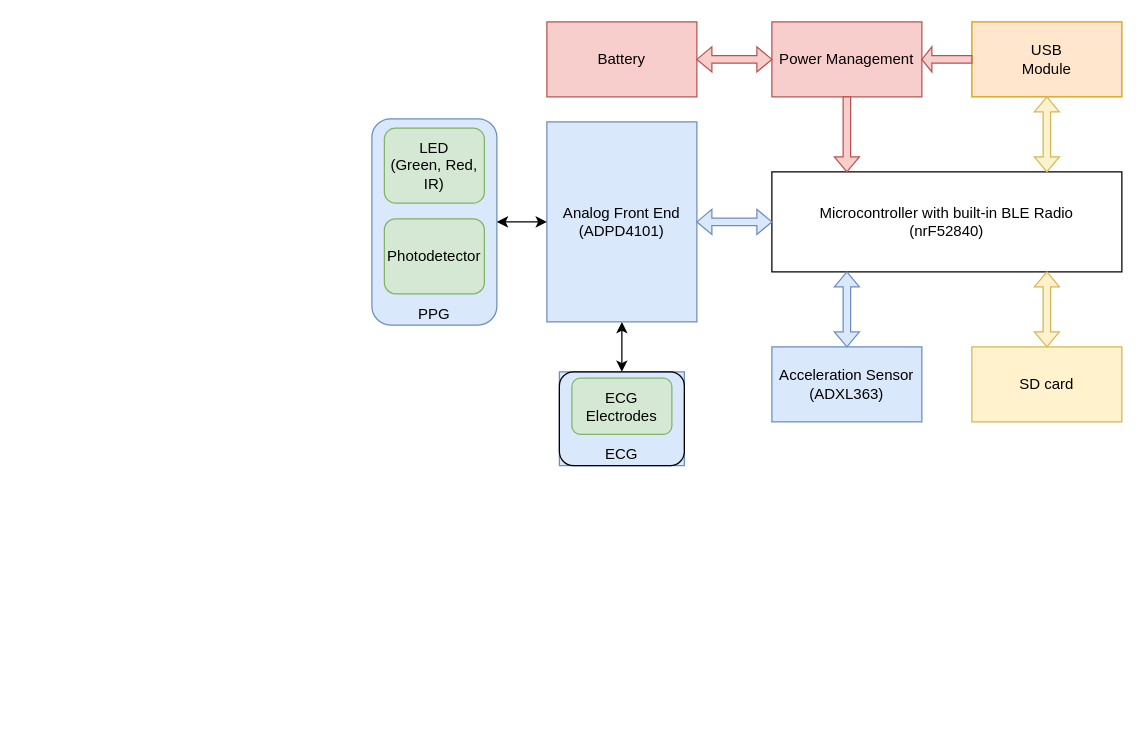
The draw.io diagram PhotonWear_Diagram.drawio in marsukhongduoi/drawio_files, before the edit. Source tidied: cells renumbered, new cells numbered last; positions are measured from the earlier drawing's top-left corner, leaving out a move shared by most shapes. Both pictures are drawn from the tidied source at 125%, with x=0, y=0 at pixel (371, 21).
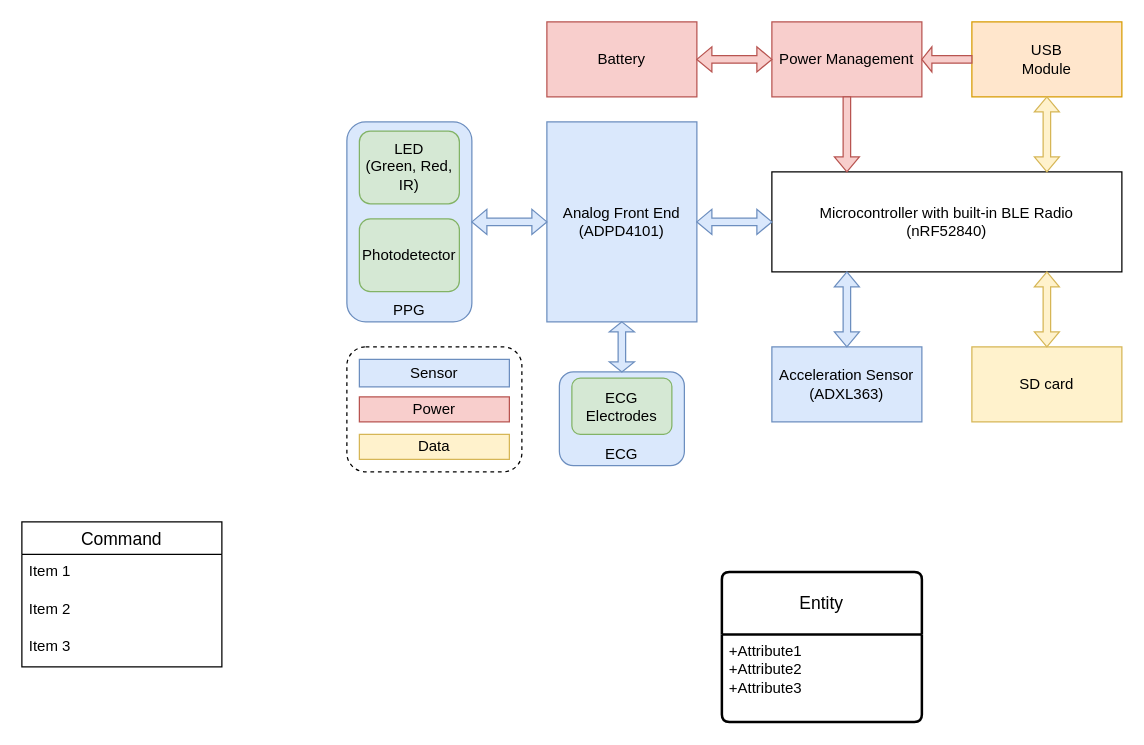
Above is the later version.

Unchanged cells that the change refers to:
```xml
<mxCell id="7" value="Analog Front End&lt;div&gt;(ADPD4101)&lt;/div&gt;" style="rounded=0;whiteSpace=wrap;html=1;fillColor=#dae8fc;strokeColor=#6c8ebf;" parent="1" vertex="1">
  <mxGeometry x="140" y="80" width="120" height="160" as="geometry" />
</mxCell>
```

Diff of the diagram source:
```diff
@@
-    <mxCell id="2" value="Microcontroller with built-in BLE Radio&lt;div&gt;(nrF52840)&lt;/div&gt;" style="rounded=0;whiteSpace=wrap;html=1;" parent="1" vertex="1">
+    <mxCell id="2" value="Microcontroller with built-in BLE Radio&lt;div&gt;(nRF52840)&lt;/div&gt;" style="rounded=0;whiteSpace=wrap;html=1;" parent="1" vertex="1">
       <mxGeometry x="320" y="120" width="280" height="80" as="geometry" />
     </mxCell>
@@
-    <mxCell id="6" style="edgeStyle=orthogonalEdgeStyle;rounded=0;jettySize=auto;html=1;exitX=0.5;exitY=1;exitDx=0;exitDy=0;entryX=0.5;entryY=0;entryDx=0;entryDy=0;startArrow=classic;startFill=1;" parent="1" edge="1" source="7" target="13">
-      <mxGeometry relative="1" as="geometry" />
-    </mxCell>
@@
-    <mxCell id="12" style="group;fillColor=#dae8fc;strokeColor=#6c8ebf;" parent="1" vertex="1">
+    <mxCell id="12" style="group;fillColor=#dae8fc;strokeColor=#6c8ebf;strokeWidth=1;rounded=1;" parent="1" vertex="1">
       <mxGeometry x="150" y="280" width="100" height="75" as="geometry" />
     </mxCell>
-    <mxCell id="13" value="ECG" style="rounded=1;whiteSpace=wrap;html=1;fillColor=none;verticalAlign=bottom;" parent="12" vertex="1">
+    <mxCell id="13" value="ECG" style="rounded=1;whiteSpace=wrap;html=1;fillColor=none;verticalAlign=bottom;strokeColor=none;" parent="12" vertex="1">
       <mxGeometry width="100" height="75" as="geometry" />
     </mxCell>
@@
     <mxCell id="15" style="group;" parent="1" vertex="1">
-      <mxGeometry y="77.5" width="100" height="165" as="geometry" />
+      <mxGeometry x="-20" y="80" width="100" height="160" as="geometry" />
     </mxCell>
     <mxCell id="16" value="PPG" style="rounded=1;whiteSpace=wrap;html=1;fillColor=#dae8fc;verticalAlign=bottom;strokeColor=#6c8ebf;" parent="15" vertex="1">
-      <mxGeometry width="100" height="165" as="geometry" />
+      <mxGeometry width="100" height="160" as="geometry" />
     </mxCell>
     <mxCell id="17" value="LED&lt;div&gt;(Green, Red, IR)&lt;/div&gt;" style="rounded=1;whiteSpace=wrap;html=1;fillColor=#d5e8d4;strokeColor=#82b366;" parent="15" vertex="1">
-      <mxGeometry x="10" y="7.5" width="80" height="60" as="geometry" />
+      <mxGeometry x="10" y="7.3" width="80" height="58.2" as="geometry" />
     </mxCell>
     <mxCell id="18" value="Photodetector" style="rounded=1;whiteSpace=wrap;html=1;fillColor=#d5e8d4;strokeColor=#82b366;" parent="15" vertex="1">
-      <mxGeometry x="10" y="80" width="80" height="60" as="geometry" />
+      <mxGeometry x="10" y="77.6" width="80" height="58.2" as="geometry" />
     </mxCell>
@@
     <mxCell id="21" style="shape=doubleArrow;whiteSpace=wrap;html=1;rotation=90;fillColor=#dae8fc;strokeColor=#6c8ebf;" parent="1" vertex="1">
-      <mxGeometry x="350" y="220" width="60" height="20" as="geometry" />
+      <mxGeometry x="180" y="250" width="40" height="20" as="geometry" />
     </mxCell>
@@
-    <mxCell id="23" style="edgeStyle=orthogonalEdgeStyle;rounded=0;jettySize=auto;html=1;exitX=1;exitY=0.5;exitDx=0;exitDy=0;entryX=0;entryY=0.5;entryDx=0;entryDy=0;startArrow=classic;startFill=1;" parent="1" edge="1" source="16" target="7">
-      <mxGeometry relative="1" as="geometry" />
-    </mxCell>
@@
+    <mxCell id="25" value="Command" style="swimlane;fontStyle=0;horizontal=1;startSize=26;align=center;fontSize=14;" parent="1" vertex="1">
+      <mxGeometry x="-280" y="400" width="160" height="116" as="geometry" />
+    </mxCell>
+    <mxCell id="26" value="Item 1" style="text;strokeColor=none;fillColor=none;spacingLeft=4;spacingRight=4;overflow=hidden;fontSize=12;whiteSpace=wrap;html=1;" parent="25" vertex="1">
+      <mxGeometry y="26" width="160" height="30" as="geometry" />
+    </mxCell>
+    <mxCell id="27" value="Item 2" style="text;strokeColor=none;fillColor=none;spacingLeft=4;spacingRight=4;overflow=hidden;fontSize=12;whiteSpace=wrap;html=1;" parent="25" vertex="1">
+      <mxGeometry y="56" width="160" height="30" as="geometry" />
+    </mxCell>
+    <mxCell id="28" value="Item 3" style="text;strokeColor=none;fillColor=none;spacingLeft=4;spacingRight=4;overflow=hidden;fontSize=12;whiteSpace=wrap;html=1;" parent="25" vertex="1">
+      <mxGeometry y="86" width="160" height="30" as="geometry" />
+    </mxCell>
+    <mxCell id="29" value="Entity" style="swimlane;horizontal=1;startSize=50;rounded=1;fontSize=14;fontStyle=0;strokeWidth=2;shadow=0;dashed=0;align=center;arcSize=4;whiteSpace=wrap;html=1;" parent="1" vertex="1">
+      <mxGeometry x="280" y="440" width="160" height="120" as="geometry" />
+    </mxCell>
+    <mxCell id="30" value="+Attribute1&#10;+Attribute2&#10;+Attribute3" style="align=left;strokeColor=none;fillColor=none;spacingLeft=4;fontSize=12;verticalAlign=top;html=1;" parent="29" vertex="1">
+      <mxGeometry y="50" width="160" height="70" as="geometry" />
+    </mxCell>
+    <mxCell id="31" style="group;" parent="1" vertex="1">
+      <mxGeometry x="-20" y="260" width="140" height="100" as="geometry" />
+    </mxCell>
+    <mxCell id="32" value="Sensor" style="rounded=0;whiteSpace=wrap;html=1;fillColor=#dae8fc;strokeColor=#6c8ebf;" parent="31" vertex="1">
+      <mxGeometry x="10" y="10" width="120" height="22" as="geometry" />
+    </mxCell>
+    <mxCell id="33" value="Power" style="rounded=0;whiteSpace=wrap;html=1;fillColor=#f8cecc;strokeColor=#b85450;" parent="31" vertex="1">
+      <mxGeometry x="10" y="40" width="120" height="20" as="geometry" />
+    </mxCell>
+    <mxCell id="34" value="Data" style="rounded=0;whiteSpace=wrap;html=1;fillColor=#fff2cc;strokeColor=#d6b656;" parent="31" vertex="1">
+      <mxGeometry x="10" y="70" width="120" height="20" as="geometry" />
+    </mxCell>
+    <mxCell id="35" style="rounded=1;whiteSpace=wrap;html=1;fillColor=none;dashed=1;" parent="31" vertex="1">
+      <mxGeometry width="140" height="100" as="geometry" />
+    </mxCell>
+    <mxCell id="36" style="shape=doubleArrow;whiteSpace=wrap;html=1;fillColor=#dae8fc;strokeColor=#6c8ebf;" parent="1" vertex="1">
+      <mxGeometry x="80" y="150" width="60" height="20" as="geometry" />
+    </mxCell>
+    <mxCell id="37" style="shape=doubleArrow;whiteSpace=wrap;html=1;rotation=90;fillColor=#dae8fc;strokeColor=#6c8ebf;" parent="1" vertex="1">
+      <mxGeometry x="350" y="220" width="60" height="20" as="geometry" />
+    </mxCell>
```
